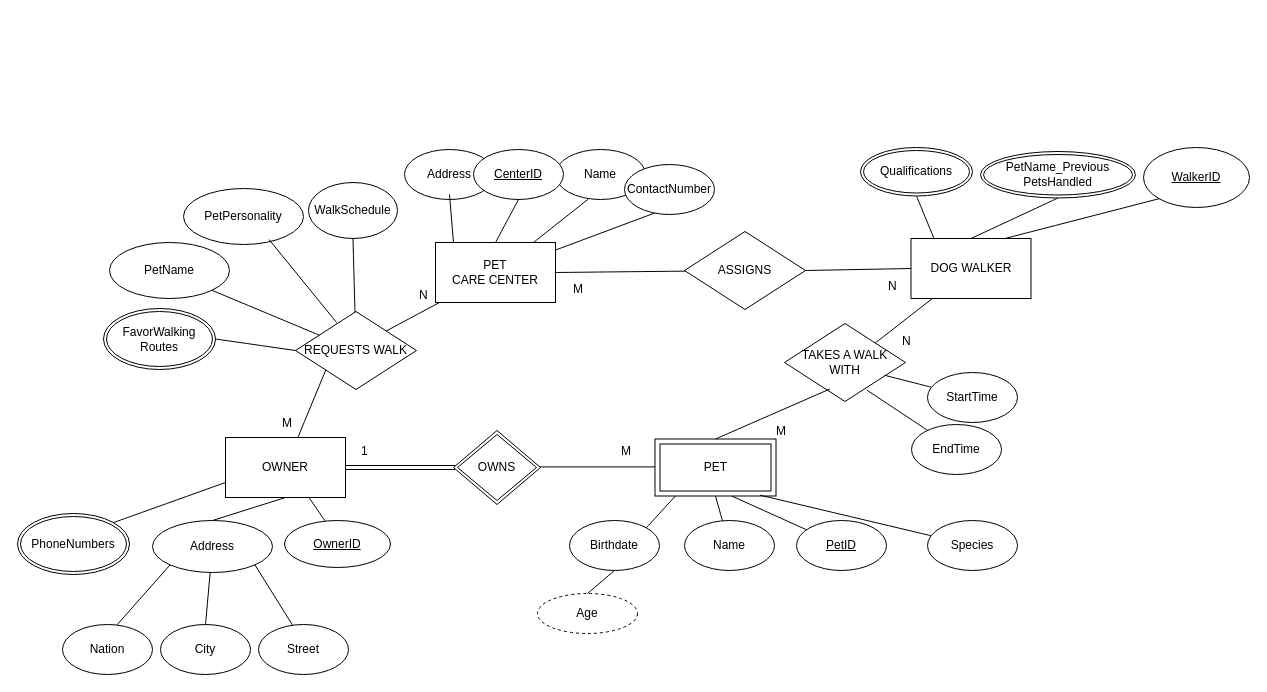
Before: page "hw2" (2 of 2) of 제목 없는 다이어그램.drawio in kdm0927/DataBaseSystem, a draw.io diagram. Source tidied: cells renumbered, new cells numbered last; positions are measured from the earlier drawing's top-left corner, leaving out a move shared by most shapes. Both pictures are drawn from the tidied source at 100%, with x=0, y=0 at pixel (17, 147).
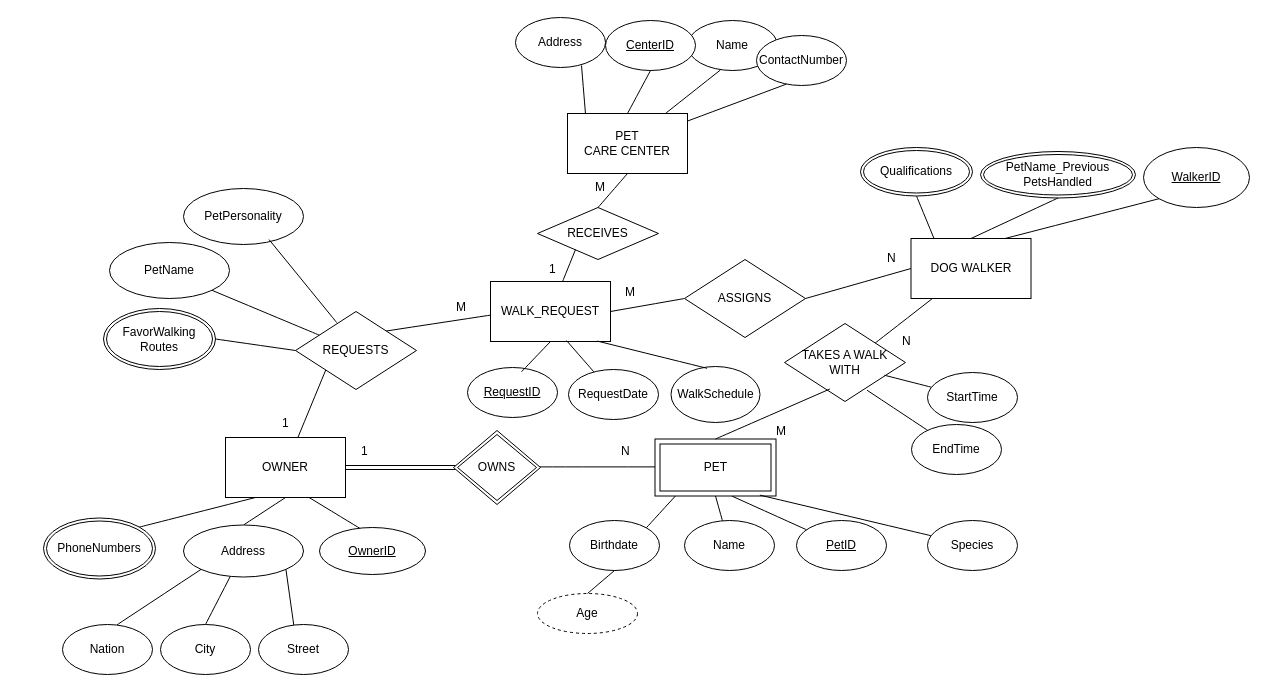
After the change.

The change refers to these unchanged cells:
```xml
<mxCell id="2" value="OWNER" style="rounded=0;whiteSpace=wrap;html=1;" parent="1" vertex="1">
  <mxGeometry x="208" y="290" width="120" height="60" as="geometry" />
</mxCell>
```

What changed in the source:
```diff
@@
-    <mxCell id="7" value="M" style="text;strokeColor=none;fillColor=none;spacingLeft=4;spacingRight=4;overflow=hidden;fontSize=12;whiteSpace=wrap;html=1;" parent="1" vertex="1">
+    <mxCell id="7" value="N" style="text;strokeColor=none;fillColor=none;spacingLeft=4;spacingRight=4;overflow=hidden;fontSize=12;whiteSpace=wrap;html=1;" parent="1" vertex="1">
       <mxGeometry x="598" y="290" width="40" height="30" as="geometry" />
     </mxCell>
     <mxCell id="8" value="Address" style="ellipse;whiteSpace=wrap;html=1;" parent="1" vertex="1">
-      <mxGeometry x="135" y="373" width="120" height="52" as="geometry" />
+      <mxGeometry x="166" y="377.5" width="120" height="52" as="geometry" />
     </mxCell>
@@
     <mxCell id="19" value="OwnerID" style="ellipse;whiteSpace=wrap;html=1;align=center;fontStyle=4;" parent="1" vertex="1">
-      <mxGeometry x="267" y="373" width="106" height="47" as="geometry" />
+      <mxGeometry x="302" y="380" width="106" height="47" as="geometry" />
     </mxCell>
@@
     <mxCell id="21" value="PET&lt;br&gt;&lt;div&gt;CARE CENTER&lt;/div&gt;" style="rounded=0;whiteSpace=wrap;html=1;" parent="1" vertex="1">
-      <mxGeometry x="418" y="95" width="120" height="60" as="geometry" />
+      <mxGeometry x="550" y="-34" width="120" height="60" as="geometry" />
     </mxCell>
-    <mxCell id="22" value="REQUESTS WALK" style="rhombus;whiteSpace=wrap;html=1;" parent="1" vertex="1">
+    <mxCell id="22" value="REQUESTS" style="rhombus;whiteSpace=wrap;html=1;" parent="1" vertex="1">
       <mxGeometry x="278" y="164" width="121" height="78" as="geometry" />
     </mxCell>
@@
-    <mxCell id="25" style="endArrow=none;html=1;rounded=0;fontSize=12;startSize=8;endSize=8;curved=1;entryX=1;entryY=0;entryDx=0;entryDy=0;" parent="1" edge="1" source="21" target="22">
-      <mxGeometry relative="1" as="geometry" />
+    <mxCell id="25" style="endArrow=none;html=1;rounded=0;fontSize=12;startSize=8;endSize=8;curved=1;entryX=1;entryY=0;entryDx=0;entryDy=0;" parent="1" edge="1" target="22">
+      <mxGeometry relative="1" as="geometry">
+        <mxPoint x="477" y="167" as="sourcePoint" />
+      </mxGeometry>
     </mxCell>
@@
-    <mxCell id="46" value="WalkSchedule" style="ellipse;whiteSpace=wrap;html=1;" parent="1" vertex="1">
-      <mxGeometry x="291" y="35" width="89" height="56" as="geometry" />
-    </mxCell>
-    <mxCell id="47" style="endArrow=none;html=1;rounded=0;fontSize=12;startSize=8;endSize=8;curved=1;entryX=0.5;entryY=1;entryDx=0;entryDy=0;" parent="1" edge="1" source="22" target="46">
-      <mxGeometry relative="1" as="geometry" />
-    </mxCell>
     <mxCell id="48" value="PhoneNumbers" style="ellipse;shape=doubleEllipse;margin=3;whiteSpace=wrap;html=1;align=center;" parent="1" vertex="1">
-      <mxGeometry y="366" width="112" height="61" as="geometry" />
+      <mxGeometry x="26" y="370.5" width="112" height="61" as="geometry" />
     </mxCell>
-    <mxCell id="49" style="endArrow=none;html=1;rounded=0;fontSize=12;startSize=8;endSize=8;curved=1;exitX=1;exitY=0;exitDx=0;exitDy=0;entryX=0;entryY=0.75;entryDx=0;entryDy=0;" parent="1" edge="1" source="48" target="2">
+    <mxCell id="49" style="endArrow=none;html=1;rounded=0;fontSize=12;startSize=8;endSize=8;curved=1;exitX=1;exitY=0;exitDx=0;exitDy=0;entryX=0.25;entryY=1;entryDx=0;entryDy=0;" parent="1" edge="1" source="48" target="2">
       <mxGeometry relative="1" as="geometry" />
     </mxCell>
@@
     <mxCell id="51" value="Name" style="ellipse;whiteSpace=wrap;html=1;" parent="1" vertex="1">
-      <mxGeometry x="538" y="2" width="90" height="50" as="geometry" />
+      <mxGeometry x="670" y="-127" width="90" height="50" as="geometry" />
     </mxCell>
     <mxCell id="52" value="Address" style="ellipse;whiteSpace=wrap;html=1;" parent="1" vertex="1">
-      <mxGeometry x="387" y="2" width="90" height="50" as="geometry" />
+      <mxGeometry x="498" y="-130" width="90" height="50" as="geometry" />
     </mxCell>
     <mxCell id="53" value="CenterID" style="ellipse;whiteSpace=wrap;html=1;align=center;fontStyle=4;" parent="1" vertex="1">
-      <mxGeometry x="456" y="2" width="90" height="50" as="geometry" />
+      <mxGeometry x="588" y="-127" width="90" height="50" as="geometry" />
     </mxCell>
     <mxCell id="54" value="ContactNumber" style="ellipse;whiteSpace=wrap;html=1;" parent="1" vertex="1">
-      <mxGeometry x="607" y="17" width="90" height="50" as="geometry" />
+      <mxGeometry x="739" y="-112" width="90" height="50" as="geometry" />
     </mxCell>
@@
     <mxCell id="58" style="endArrow=none;html=1;rounded=0;fontSize=12;startSize=8;endSize=8;curved=1;exitX=0.15;exitY=0.008;exitDx=0;exitDy=0;exitPerimeter=0;" parent="1" edge="1" source="21">
       <mxGeometry relative="1" as="geometry">
-        <mxPoint x="432" y="47" as="targetPoint" />
+        <mxPoint x="564" y="-82" as="targetPoint" />
       </mxGeometry>
     </mxCell>
@@
     <mxCell id="60" value="ASSIGNS" style="rhombus;whiteSpace=wrap;html=1;" parent="1" vertex="1">
-      <mxGeometry x="667" y="84" width="121" height="78" as="geometry" />
+      <mxGeometry x="667" y="112" width="121" height="78" as="geometry" />
     </mxCell>
@@
-    <mxCell id="65" style="endArrow=none;html=1;rounded=0;fontSize=12;startSize=8;endSize=8;curved=1;exitX=1;exitY=0.5;exitDx=0;exitDy=0;" parent="1" edge="1" source="21" target="60">
+    <mxCell id="65" style="endArrow=none;html=1;rounded=0;fontSize=12;startSize=8;endSize=8;curved=1;entryX=0.5;entryY=1;entryDx=0;entryDy=0;exitX=0.5;exitY=0;exitDx=0;exitDy=0;" parent="1" edge="1" source="78" target="21">
       <mxGeometry relative="1" as="geometry" />
     </mxCell>
@@
     <mxCell id="67" value="M" style="text;strokeColor=none;fillColor=none;spacingLeft=4;spacingRight=4;overflow=hidden;fontSize=12;whiteSpace=wrap;html=1;" parent="1" vertex="1">
-      <mxGeometry x="550" y="128" width="40" height="30" as="geometry" />
+      <mxGeometry x="572" y="26" width="40" height="30" as="geometry" />
     </mxCell>
     <mxCell id="68" value="N" style="text;strokeColor=none;fillColor=none;spacingLeft=4;spacingRight=4;overflow=hidden;fontSize=12;whiteSpace=wrap;html=1;" parent="1" vertex="1">
-      <mxGeometry x="865" y="125" width="40" height="30" as="geometry" />
+      <mxGeometry x="864" y="97" width="40" height="30" as="geometry" />
     </mxCell>
-    <mxCell id="69" value="M" style="text;strokeColor=none;fillColor=none;spacingLeft=4;spacingRight=4;overflow=hidden;fontSize=12;whiteSpace=wrap;html=1;" parent="1" vertex="1">
+    <mxCell id="69" value="1" style="text;strokeColor=none;fillColor=none;spacingLeft=4;spacingRight=4;overflow=hidden;fontSize=12;whiteSpace=wrap;html=1;" parent="1" vertex="1">
       <mxGeometry x="259" y="261.5" width="40" height="30" as="geometry" />
     </mxCell>
@@
-    <mxCell id="71" value="N" style="text;strokeColor=none;fillColor=none;spacingLeft=4;spacingRight=4;overflow=hidden;fontSize=12;whiteSpace=wrap;html=1;" parent="1" vertex="1">
-      <mxGeometry x="396" y="134" width="40" height="30" as="geometry" />
+    <mxCell id="71" value="1" style="text;strokeColor=none;fillColor=none;spacingLeft=4;spacingRight=4;overflow=hidden;fontSize=12;whiteSpace=wrap;html=1;" parent="1" vertex="1">
+      <mxGeometry x="526" y="108" width="40" height="30" as="geometry" />
     </mxCell>
@@
+    <mxCell id="76" value="WALK_REQUEST" style="rounded=0;whiteSpace=wrap;html=1;" parent="1" vertex="1">
+      <mxGeometry x="473" y="134" width="120" height="60" as="geometry" />
+    </mxCell>
+    <mxCell id="77" style="endArrow=none;html=1;rounded=0;fontSize=12;startSize=8;endSize=8;curved=1;entryX=1;entryY=0.5;entryDx=0;entryDy=0;exitX=0;exitY=0.5;exitDx=0;exitDy=0;" parent="1" edge="1" source="60" target="76">
+      <mxGeometry relative="1" as="geometry" />
+    </mxCell>
+    <mxCell id="78" value="RECEIVES" style="rhombus;whiteSpace=wrap;html=1;" parent="1" vertex="1">
+      <mxGeometry x="520" y="60" width="121" height="52" as="geometry" />
+    </mxCell>
+    <mxCell id="79" style="endArrow=none;html=1;rounded=0;fontSize=12;startSize=8;endSize=8;curved=1;" parent="1" edge="1" source="76">
+      <mxGeometry relative="1" as="geometry">
+        <mxPoint x="558" y="102" as="targetPoint" />
+      </mxGeometry>
+    </mxCell>
+    <mxCell id="80" value="RequestID" style="ellipse;whiteSpace=wrap;html=1;align=center;fontStyle=4;" parent="1" vertex="1">
+      <mxGeometry x="450" y="220" width="90" height="50" as="geometry" />
+    </mxCell>
+    <mxCell id="81" value="RequestDate" style="ellipse;whiteSpace=wrap;html=1;" parent="1" vertex="1">
+      <mxGeometry x="551" y="222" width="90" height="50" as="geometry" />
+    </mxCell>
+    <mxCell id="46" value="WalkSchedule" style="ellipse;whiteSpace=wrap;html=1;" parent="1" vertex="1">
+      <mxGeometry x="653.5" y="219" width="89" height="56" as="geometry" />
+    </mxCell>
+    <mxCell id="82" style="endArrow=none;html=1;rounded=0;fontSize=12;startSize=8;endSize=8;curved=1;entryX=0.5;entryY=1;entryDx=0;entryDy=0;exitX=0.599;exitY=0.087;exitDx=0;exitDy=0;exitPerimeter=0;" parent="1" edge="1" source="80" target="76">
+      <mxGeometry relative="1" as="geometry" />
+    </mxCell>
+    <mxCell id="83" style="endArrow=none;html=1;rounded=0;fontSize=12;startSize=8;endSize=8;curved=1;entryX=0.634;entryY=0.985;entryDx=0;entryDy=0;entryPerimeter=0;" parent="1" edge="1" source="81" target="76">
+      <mxGeometry relative="1" as="geometry" />
+    </mxCell>
+    <mxCell id="84" style="endArrow=none;html=1;rounded=0;fontSize=12;startSize=8;endSize=8;curved=1;entryX=0.89;entryY=0.993;entryDx=0;entryDy=0;entryPerimeter=0;exitX=0.405;exitY=0.032;exitDx=0;exitDy=0;exitPerimeter=0;" parent="1" edge="1" source="46" target="76">
+      <mxGeometry relative="1" as="geometry" />
+    </mxCell>
+    <mxCell id="85" value="M" style="text;strokeColor=none;fillColor=none;spacingLeft=4;spacingRight=4;overflow=hidden;fontSize=12;whiteSpace=wrap;html=1;" parent="1" vertex="1">
+      <mxGeometry x="433" y="146" width="40" height="30" as="geometry" />
+    </mxCell>
+    <mxCell id="86" value="M" style="text;strokeColor=none;fillColor=none;spacingLeft=4;spacingRight=4;overflow=hidden;fontSize=12;whiteSpace=wrap;html=1;" parent="1" vertex="1">
+      <mxGeometry x="602" y="131" width="40" height="30" as="geometry" />
+    </mxCell>
```
